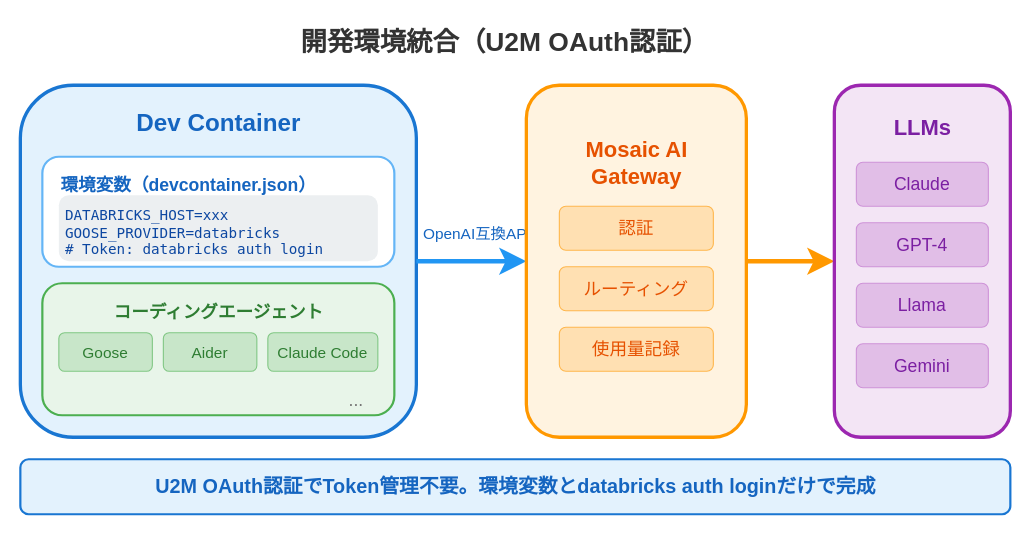
Before: assets/2026-01-27-jedai-ai-gateway/dev-environment.drawio in i9wa4/i9wa4.github.io, a draw.io diagram. Source tidied: cells renumbered, new cells numbered last; positions are measured from the earlier drawing's top-left corner, leaving out a move shared by most shapes. Both pictures are drawn from the tidied source at 110%, with x=0, y=0 at pixel (20, 19).
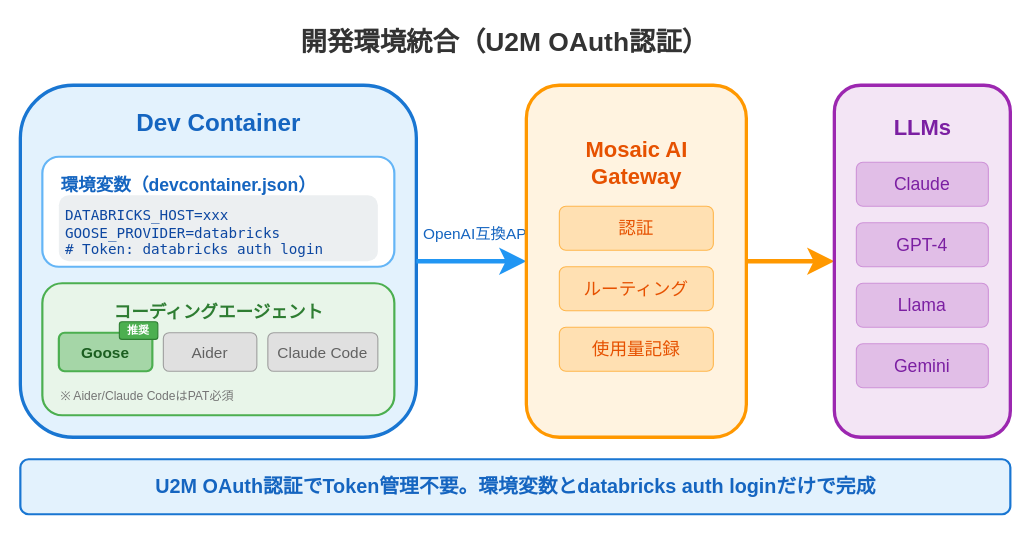
The same page after the edit.

Commit message (it also covers changes not shown here):
fix(slides): Token発行表現を認証設定に統一し図を修正

The edit, as a diff of the source:
```diff
@@
-    <mxCell id="10" value="Goose" style="rounded=1;whiteSpace=wrap;html=1;fillColor=#C8E6C9;strokeColor=#81C784;fontSize=14;fontFamily=Noto Sans JP;fontColor=#2E7D32;" parent="1" vertex="1">
+    <mxCell id="10" value="Goose" style="rounded=1;whiteSpace=wrap;html=1;fillColor=#A5D6A7;strokeColor=#4CAF50;strokeWidth=2;fontSize=14;fontFamily=Noto Sans JP;fontStyle=1;fontColor=#1B5E20;" parent="1" vertex="1">
       <mxGeometry x="35" y="285" width="85" height="35" as="geometry" />
     </mxCell>
+    <mxCell id="30" value="推奨" style="rounded=1;whiteSpace=wrap;html=1;fillColor=#4CAF50;strokeColor=#2E7D32;fontSize=10;fontFamily=Noto Sans JP;fontStyle=1;fontColor=#FFFFFF;" parent="1" vertex="1">
+      <mxGeometry x="90" y="275" width="35" height="16" as="geometry" />
+    </mxCell>
-    <mxCell id="11" value="Aider" style="rounded=1;whiteSpace=wrap;html=1;fillColor=#C8E6C9;strokeColor=#81C784;fontSize=14;fontFamily=Noto Sans JP;fontColor=#2E7D32;" parent="1" vertex="1">
+    <mxCell id="11" value="Aider" style="rounded=1;whiteSpace=wrap;html=1;fillColor=#E0E0E0;strokeColor=#9E9E9E;fontSize=14;fontFamily=Noto Sans JP;fontColor=#616161;" parent="1" vertex="1">
       <mxGeometry x="130" y="285" width="85" height="35" as="geometry" />
     </mxCell>
-    <mxCell id="12" value="Claude Code" style="rounded=1;whiteSpace=wrap;html=1;fillColor=#C8E6C9;strokeColor=#81C784;fontSize=14;fontFamily=Noto Sans JP;fontColor=#2E7D32;" parent="1" vertex="1">
+    <mxCell id="12" value="Claude Code" style="rounded=1;whiteSpace=wrap;html=1;fillColor=#E0E0E0;strokeColor=#9E9E9E;fontSize=14;fontFamily=Noto Sans JP;fontColor=#616161;" parent="1" vertex="1">
       <mxGeometry x="225" y="285" width="100" height="35" as="geometry" />
     </mxCell>
-    <mxCell id="13" value="..." style="text;html=1;fontSize=16;fontFamily=Noto Sans JP;fontColor=#757575;align=center;" parent="1" vertex="1">
-      <mxGeometry x="290" y="330" width="30" height="25" as="geometry" />
-    </mxCell>
+    <mxCell id="31" value="※ Aider/Claude CodeはPAT必須" style="text;html=1;fontSize=11;fontFamily=Noto Sans JP;fontColor=#757575;align=left;" parent="1" vertex="1">
+      <mxGeometry x="35" y="330" width="200" height="20" as="geometry" />
+    </mxCell>
```
